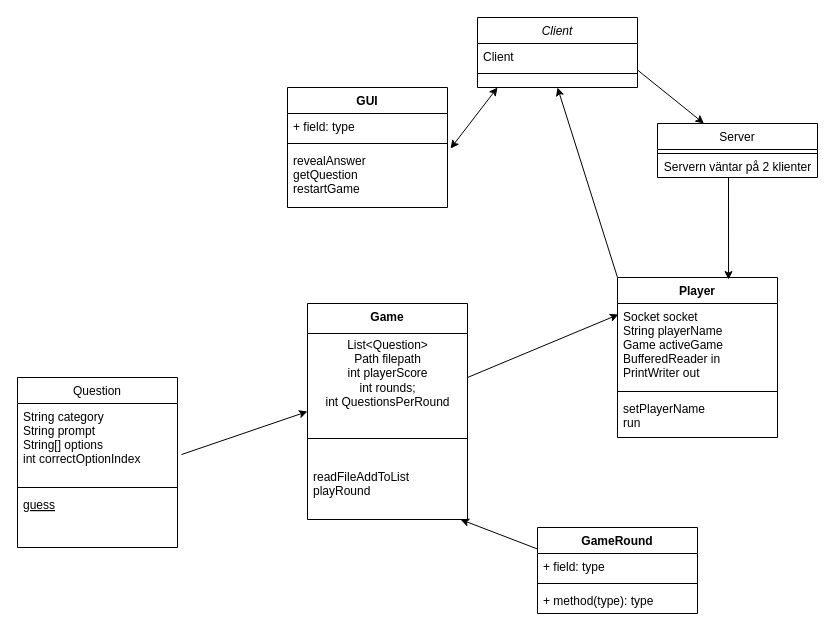
Above: Untitled Diagram.drawio in Grupp-4-Quizkampen/Quizkampen (draw.io), before the change. Source tidied: cells renumbered, new cells numbered last; positions are measured from the earlier drawing's top-left corner, leaving out a move shared by most shapes. Both pictures are drawn from the tidied source at 100%, with x=0, y=0 at pixel (17, 17).
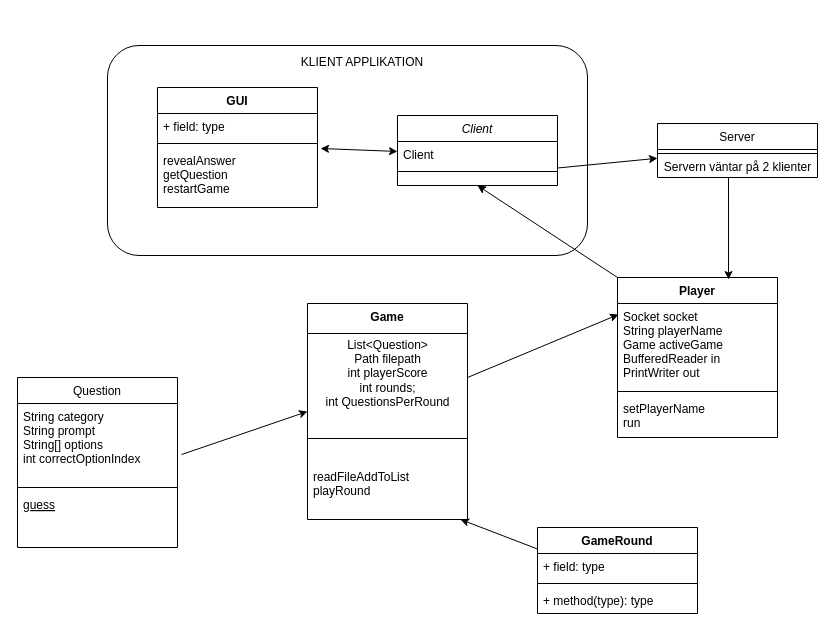
The same diagram, later.

Unchanged cells that the change refers to:
```xml
<mxCell id="3" value="Client" style="text;align=left;verticalAlign=top;spacingLeft=4;spacingRight=4;overflow=hidden;points=[[0,0.5],[1,0.5]];portConstraint=eastwest;" parent="2" vertex="1">
  <mxGeometry y="26" width="160" height="26" as="geometry" />
</mxCell>
<mxCell id="27" value="revealAnswer&#10;getQuestion&#10;restartGame&#10;&#10;" style="text;strokeColor=none;fillColor=none;align=left;verticalAlign=top;spacingLeft=4;spacingRight=4;overflow=hidden;points=[[0,0.5],[1,0.5]];portConstraint=eastwest;" parent="24" vertex="1">
  <mxGeometry y="60" width="160" height="60" as="geometry" />
</mxCell>
```

Change to the diagram source:
```diff
@@
+    <mxCell id="35" style="rounded=1;whiteSpace=wrap;html=1;" parent="1" vertex="1">
+      <mxGeometry x="90" y="28" width="480" height="210" as="geometry" />
+    </mxCell>
     <mxCell id="2" value="Client&#10;" style="swimlane;fontStyle=2;align=center;verticalAlign=top;horizontal=1;startSize=26;rounded=0;shadow=0;strokeWidth=1;" parent="1" vertex="1">
-      <mxGeometry x="460" width="160" height="70" as="geometry" />
+      <mxGeometry x="380" y="98" width="160" height="70" as="geometry" />
     </mxCell>
@@
     <mxCell id="24" value="GUI" style="swimlane;fontStyle=1;align=center;verticalAlign=top;horizontal=1;startSize=26;" parent="1" vertex="1">
-      <mxGeometry x="270" y="70" width="160" height="120" as="geometry" />
+      <mxGeometry x="140" y="70" width="160" height="120" as="geometry" />
     </mxCell>
@@
-    <mxCell id="34" style="endArrow=classic;startArrow=classic;html=1;exitX=1.019;exitY=0.017;exitDx=0;exitDy=0;exitPerimeter=0;" parent="1" edge="1" source="27">
-      <mxGeometry relative="1" as="geometry">
-        <mxPoint x="480" y="70" as="targetPoint" />
-      </mxGeometry>
-    </mxCell>
+    <mxCell id="36" style="endArrow=classic;startArrow=classic;html=1;exitX=1.019;exitY=0.017;exitDx=0;exitDy=0;exitPerimeter=0;" parent="1" edge="1" source="27" target="3">
+      <mxGeometry relative="1" as="geometry" />
+    </mxCell>
+    <mxCell id="37" value="KLIENT APPLIKATION" style="text;html=1;strokeColor=none;fillColor=none;align=center;verticalAlign=middle;whiteSpace=wrap;rounded=0;" parent="1" vertex="1">
+      <mxGeometry x="280" y="10" width="130" height="70" as="geometry" />
+    </mxCell>
```
